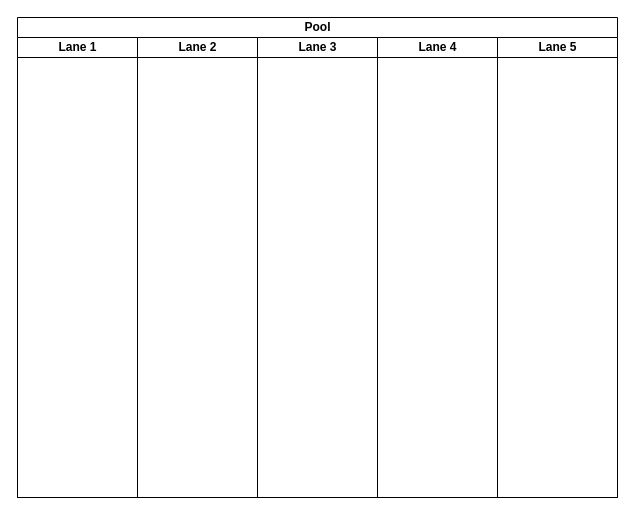
Above: test.drawio in zeynephazal/WorkFlows (draw.io), before the change. Source tidied: cells renumbered, new cells numbered last; positions are measured from the earlier drawing's top-left corner, leaving out a move shared by most shapes. Both pictures are drawn from the tidied source at 100%, with x=0, y=0 at pixel (17, 17).
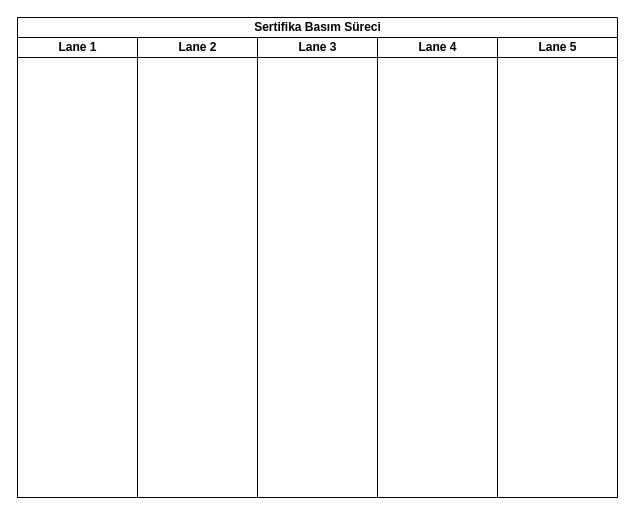
The same diagram, later.

What changed in the source:
```diff
@@
 <mxGraphModel>
   <root>
     <mxCell id="0" />
     <mxCell id="1" parent="0" />
-    <mxCell id="2" value="Pool" style="swimlane;startSize=20;html=1;" parent="1" vertex="1">
+    <mxCell id="2" value="Sertifika Basım Süreci" style="swimlane;startSize=20;html=1;" parent="1" vertex="1">
       <mxGeometry width="600" height="480" as="geometry" />
     </mxCell>
     <mxCell id="3" value="Lane 1" style="swimlane;startSize=20;html=1;" parent="2" vertex="1">
       <mxGeometry y="20" width="120" height="460" as="geometry" />
     </mxCell>
     <mxCell id="4" value="Lane 2" style="swimlane;startSize=20;html=1;" parent="2" vertex="1">
       <mxGeometry x="120" y="20" width="120" height="460" as="geometry" />
     </mxCell>
     <mxCell id="5" value="Lane 3" style="swimlane;startSize=20;html=1;" parent="2" vertex="1">
       <mxGeometry x="240" y="20" width="120" height="460" as="geometry" />
     </mxCell>
     <mxCell id="6" value="Lane 4" style="swimlane;startSize=20;html=1;" parent="2" vertex="1">
       <mxGeometry x="360" y="20" width="120" height="460" as="geometry" />
     </mxCell>
     <mxCell id="7" value="Lane 5" style="swimlane;startSize=20;html=1;" parent="2" vertex="1">
       <mxGeometry x="480" y="20" width="120" height="460" as="geometry" />
     </mxCell>
   </root>
 </mxGraphModel>
```
